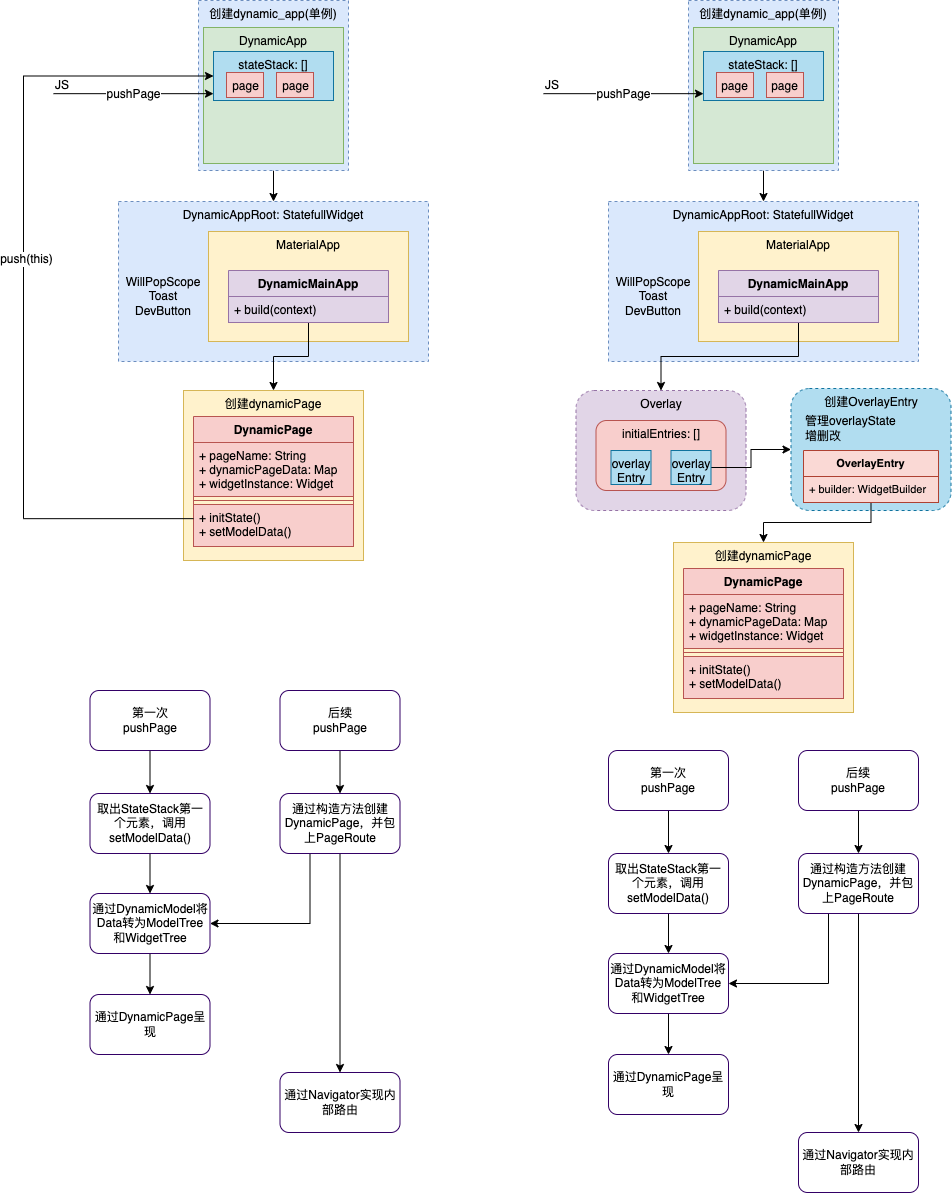
The draw.io diagram flutter/thresh engine 单例.png in JD-Tang/flutter_uml, before a commit. Source tidied: cells renumbered, new cells last; positions are measured from the earlier drawing's top-left corner, leaving out a move shared by most shapes.
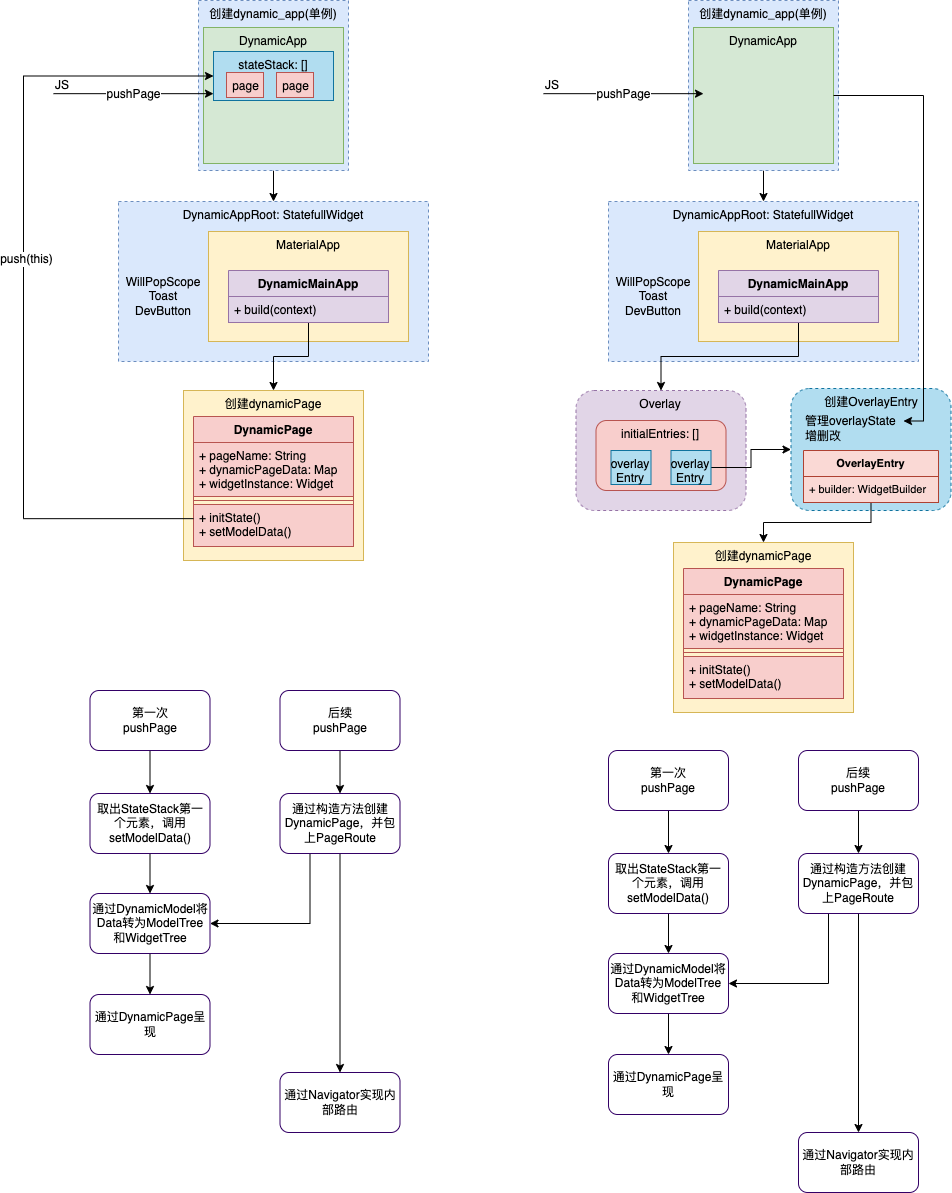
Later version of the same file.

Change to the diagram source:
```diff
@@ -124,15 +124,6 @@
     <mxCell id="39" value="DynamicApp" style="rounded=0;whiteSpace=wrap;html=1;strokeColor=#82b366;verticalAlign=top;fillColor=#d5e8d4;" parent="1" vertex="1">
       <mxGeometry x="670" y="27" width="140" height="136" as="geometry" />
     </mxCell>
-    <mxCell id="40" value="stateStack: []" style="rounded=0;whiteSpace=wrap;html=1;strokeColor=#10739e;verticalAlign=top;fillColor=#b1ddf0;" parent="1" vertex="1">
-      <mxGeometry x="680" y="51" width="120" height="49" as="geometry" />
-    </mxCell>
-    <mxCell id="41" value="page" style="html=1;strokeColor=#b85450;verticalAlign=top;fillColor=#f8cecc;" parent="1" vertex="1">
-      <mxGeometry x="693" y="72" width="37" height="25" as="geometry" />
-    </mxCell>
-    <mxCell id="42" value="page" style="html=1;strokeColor=#b85450;verticalAlign=top;fillColor=#f8cecc;" parent="1" vertex="1">
-      <mxGeometry x="743" y="72" width="37" height="25" as="geometry" />
-    </mxCell>
     <mxCell id="43" style="endArrow=classic;html=1;rounded=0;edgeStyle=orthogonalEdgeStyle;" parent="1" edge="1">
       <mxGeometry relative="1" as="geometry">
         <mxPoint x="520" y="93.2" as="sourcePoint" />
@@ -239,7 +230,7 @@
       <mxGeometry x="767.5" y="388" width="160" height="122" as="geometry" />
     </mxCell>
     <mxCell id="77" value="管理overlayState&lt;br&gt;增删改" style="text;html=1;strokeColor=none;fillColor=none;align=left;verticalAlign=middle;whiteSpace=wrap;rounded=0;fontSize=11;" parent="1" vertex="1">
-      <mxGeometry x="779.5" y="413" width="110" height="30" as="geometry" />
+      <mxGeometry x="779.5" y="413" width="100.5" height="30" as="geometry" />
     </mxCell>
     <mxCell id="78" style="edgeStyle=orthogonalEdgeStyle;rounded=0;jettySize=auto;html=1;exitX=0.5;exitY=1;exitDx=0;exitDy=0;entryX=0.5;entryY=0;entryDx=0;entryDy=0;fontSize=11;" parent="1" edge="1" source="79" target="66">
       <mxGeometry relative="1" as="geometry" />
@@ -250,5 +241,8 @@
     <mxCell id="80" value="+ builder: WidgetBuilder" style="text;strokeColor=#ae4132;fillColor=#fad9d5;align=left;verticalAlign=top;spacingLeft=4;spacingRight=4;overflow=hidden;fontSize=11;" parent="79" vertex="1">
       <mxGeometry y="26" width="135" height="26" as="geometry" />
     </mxCell>
+    <mxCell id="81" style="edgeStyle=orthogonalEdgeStyle;rounded=0;jettySize=auto;html=1;exitX=1;exitY=0.5;exitDx=0;exitDy=0;entryX=1;entryY=0.25;entryDx=0;entryDy=0;fontSize=11;" parent="1" edge="1" source="39" target="77">
+      <mxGeometry relative="1" as="geometry" />
+    </mxCell>
   </root>
 </mxGraphModel>
```
